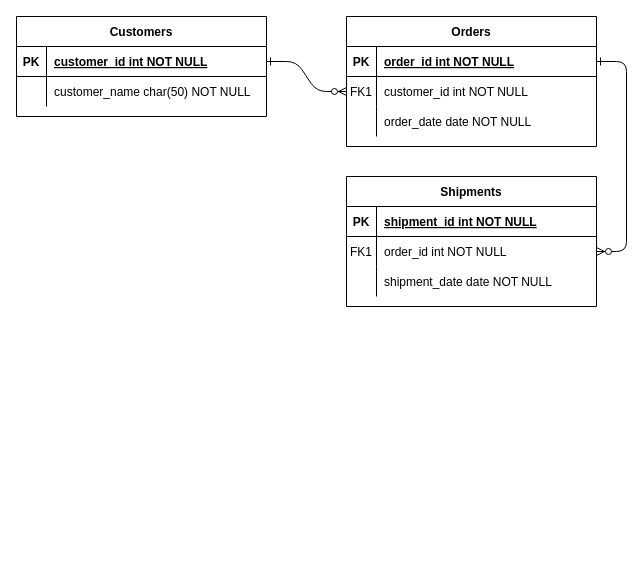
Above: Untitled Diagram.drawio in Kanezoh/TIL (draw.io), before the change. Source tidied: cells renumbered, new cells numbered last; positions are measured from the earlier drawing's top-left corner, leaving out a move shared by most shapes. Both pictures are drawn from the tidied source at 100%, with x=0, y=0 at pixel (16, 16).
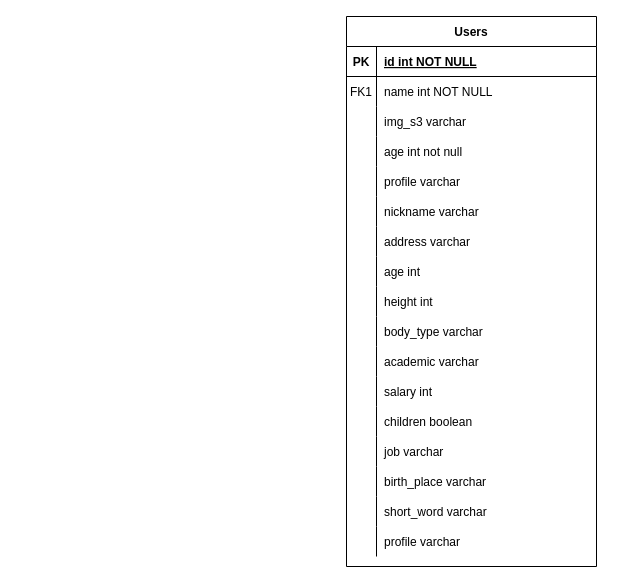
The same page after the edit.

Commit message:
Untitled Diagram.drawio を更新します

Unchanged cells that the change refers to:
```xml
<mxCell id="5" style="shape=partialRectangle;fillColor=none;points=[[0,0.5],[1,0.5]];portConstraint=eastwest;top=0;left=0;right=0;bottom=1;" parent="4" vertex="1">
  <mxGeometry y="30" width="250" height="30" as="geometry" />
</mxCell>
<mxCell id="8" style="shape=partialRectangle;fillColor=none;points=[[0,0.5],[1,0.5]];portConstraint=eastwest;top=0;left=0;right=0;bottom=0;" parent="4" vertex="1">
  <mxGeometry y="60" width="250" height="30" as="geometry" />
</mxCell>
<mxCell id="11" style="shape=partialRectangle;fillColor=none;top=0;left=0;right=0;bottom=0;" parent="4" vertex="1">
  <mxGeometry y="90" width="250" height="30" as="geometry" />
</mxCell>
```

Change to the diagram source:
```diff
@@
-    <mxCell id="2" style="edgeStyle=entityRelationEdgeStyle;endArrow=ERzeroToMany;startArrow=ERone;endFill=1;startFill=0;" parent="1" edge="1" source="25" target="8">
-      <mxGeometry relative="1" as="geometry" />
-    </mxCell>
-    <mxCell id="3" style="edgeStyle=entityRelationEdgeStyle;endArrow=ERzeroToMany;startArrow=ERone;endFill=1;startFill=0;" parent="1" edge="1" source="5" target="18">
-      <mxGeometry relative="1" as="geometry" />
-    </mxCell>
-    <mxCell id="4" value="Orders" style="shape=table;startSize=30;childLayout=tableLayout;rowLines=0;fontStyle=1;align=center;" parent="1" vertex="1">
-      <mxGeometry x="330" width="250" height="130" as="geometry" />
+    <mxCell id="4" value="Users" style="shape=table;startSize=30;childLayout=tableLayout;rowLines=0;fontStyle=1;align=center;" parent="1" vertex="1">
+      <mxGeometry x="330" width="250" height="550" as="geometry" />
     </mxCell>
@@
-    <mxCell id="7" value="order_id int NOT NULL " style="shape=partialRectangle;overflow=hidden;fillColor=none;top=0;left=0;bottom=0;right=0;align=left;spacingLeft=6;fontStyle=5;" parent="5" vertex="1">
+    <mxCell id="7" value="id int NOT NULL " style="shape=partialRectangle;overflow=hidden;fillColor=none;top=0;left=0;bottom=0;right=0;align=left;spacingLeft=6;fontStyle=5;" parent="5" vertex="1">
       <mxGeometry x="30" width="220" height="30" as="geometry" />
     </mxCell>
@@
-    <mxCell id="10" value="customer_id int NOT NULL" style="shape=partialRectangle;overflow=hidden;fillColor=none;top=0;left=0;bottom=0;right=0;align=left;spacingLeft=6;" parent="8" vertex="1">
+    <mxCell id="10" value="name int NOT NULL" style="shape=partialRectangle;overflow=hidden;fillColor=none;top=0;left=0;bottom=0;right=0;align=left;spacingLeft=6;" parent="8" vertex="1">
       <mxGeometry x="30" width="220" height="30" as="geometry" />
     </mxCell>
@@
-    <mxCell id="13" value="order_date date NOT NULL" style="shape=partialRectangle;overflow=hidden;fillColor=none;top=0;left=0;bottom=0;right=0;align=left;spacingLeft=6;" parent="11" vertex="1">
+    <mxCell id="13" value="img_s3 varchar" style="shape=partialRectangle;overflow=hidden;fillColor=none;top=0;left=0;bottom=0;right=0;align=left;spacingLeft=6;" parent="11" vertex="1">
       <mxGeometry x="30" width="220" height="30" as="geometry" />
     </mxCell>
-    <mxCell id="14" value="Shipments" style="shape=table;startSize=30;childLayout=tableLayout;rowLines=0;fontStyle=1;align=center;" parent="1" vertex="1">
-      <mxGeometry x="330" y="160" width="250" height="130" as="geometry" />
-    </mxCell>
-    <mxCell id="15" style="shape=partialRectangle;fillColor=none;top=0;left=0;right=0;bottom=1;" parent="14" vertex="1">
-      <mxGeometry y="30" width="250" height="30" as="geometry" />
-    </mxCell>
-    <mxCell id="16" value="PK" style="shape=partialRectangle;overflow=hidden;fillColor=none;top=0;left=0;bottom=0;right=0;fontStyle=1;" parent="15" vertex="1">
-      <mxGeometry width="30" height="30" as="geometry" />
-    </mxCell>
-    <mxCell id="17" value="shipment_id int NOT NULL " style="shape=partialRectangle;overflow=hidden;fillColor=none;top=0;left=0;bottom=0;right=0;align=left;spacingLeft=6;fontStyle=5;" parent="15" vertex="1">
-      <mxGeometry x="30" width="220" height="30" as="geometry" />
-    </mxCell>
-    <mxCell id="18" style="shape=partialRectangle;fillColor=none;points=[[0,0.5],[1,0.5]];portConstraint=eastwest;top=0;left=0;right=0;bottom=0;" parent="14" vertex="1">
-      <mxGeometry y="60" width="250" height="30" as="geometry" />
-    </mxCell>
-    <mxCell id="19" value="FK1" style="shape=partialRectangle;overflow=hidden;fillColor=none;top=0;left=0;bottom=0;right=0;" parent="18" vertex="1">
-      <mxGeometry width="30" height="30" as="geometry" />
-    </mxCell>
-    <mxCell id="20" value="order_id int NOT NULL" style="shape=partialRectangle;overflow=hidden;fillColor=none;top=0;left=0;bottom=0;right=0;align=left;spacingLeft=6;" parent="18" vertex="1">
-      <mxGeometry x="30" width="220" height="30" as="geometry" />
-    </mxCell>
+    <mxCell id="31" style="shape=partialRectangle;fillColor=none;top=0;left=0;right=0;bottom=0;" parent="4" vertex="1">
+      <mxGeometry y="120" width="250" height="30" as="geometry" />
+    </mxCell>
+    <mxCell id="32" style="shape=partialRectangle;overflow=hidden;fillColor=none;top=0;left=0;bottom=0;right=0;" parent="31" vertex="1">
+      <mxGeometry width="30" height="30" as="geometry" />
+    </mxCell>
+    <mxCell id="33" value="age int not null" style="shape=partialRectangle;overflow=hidden;fillColor=none;top=0;left=0;bottom=0;right=0;align=left;spacingLeft=6;" parent="31" vertex="1">
+      <mxGeometry x="30" width="220" height="30" as="geometry" />
+    </mxCell>
+    <mxCell id="34" style="shape=partialRectangle;fillColor=none;top=0;left=0;right=0;bottom=0;" parent="4" vertex="1">
+      <mxGeometry y="150" width="250" height="30" as="geometry" />
+    </mxCell>
+    <mxCell id="35" style="shape=partialRectangle;overflow=hidden;fillColor=none;top=0;left=0;bottom=0;right=0;" parent="34" vertex="1">
+      <mxGeometry width="30" height="30" as="geometry" />
+    </mxCell>
+    <mxCell id="36" value="profile varchar" style="shape=partialRectangle;overflow=hidden;fillColor=none;top=0;left=0;bottom=0;right=0;align=left;spacingLeft=6;" parent="34" vertex="1">
+      <mxGeometry x="30" width="220" height="30" as="geometry" />
+    </mxCell>
-    <mxCell id="21" style="shape=partialRectangle;fillColor=none;top=0;left=0;right=0;bottom=0;" parent="14" vertex="1">
-      <mxGeometry y="90" width="250" height="30" as="geometry" />
+    <mxCell id="21" style="shape=partialRectangle;fillColor=none;top=0;left=0;right=0;bottom=0;" parent="4" vertex="1">
+      <mxGeometry y="180" width="250" height="30" as="geometry" />
     </mxCell>
@@
-    <mxCell id="23" value="shipment_date date NOT NULL" style="shape=partialRectangle;overflow=hidden;fillColor=none;top=0;left=0;bottom=0;right=0;align=left;spacingLeft=6;" parent="21" vertex="1">
+    <mxCell id="23" value="nickname varchar " style="shape=partialRectangle;overflow=hidden;fillColor=none;top=0;left=0;bottom=0;right=0;align=left;spacingLeft=6;" parent="21" vertex="1">
       <mxGeometry x="30" width="220" height="30" as="geometry" />
     </mxCell>
-    <mxCell id="24" value="Customers" style="shape=table;startSize=30;childLayout=tableLayout;rowLines=0;fontStyle=1;align=center;" parent="1" vertex="1">
-      <mxGeometry width="250" height="100" as="geometry" />
-    </mxCell>
-    <mxCell id="25" style="shape=partialRectangle;fillColor=none;points=[[0,0.5],[1,0.5]];portConstraint=eastwest;top=0;left=0;right=0;bottom=1;" parent="24" vertex="1">
-      <mxGeometry y="30" width="250" height="30" as="geometry" />
-    </mxCell>
-    <mxCell id="26" value="PK" style="shape=partialRectangle;overflow=hidden;fillColor=none;top=0;left=0;bottom=0;right=0;fontStyle=1;" parent="25" vertex="1">
-      <mxGeometry width="30" height="30" as="geometry" />
-    </mxCell>
-    <mxCell id="27" value="customer_id int NOT NULL " style="shape=partialRectangle;overflow=hidden;fillColor=none;top=0;left=0;bottom=0;right=0;align=left;spacingLeft=6;fontStyle=5;" parent="25" vertex="1">
-      <mxGeometry x="30" width="220" height="30" as="geometry" />
-    </mxCell>
-    <mxCell id="28" style="shape=partialRectangle;fillColor=none;top=0;left=0;right=0;bottom=0;" parent="24" vertex="1">
-      <mxGeometry y="60" width="250" height="30" as="geometry" />
-    </mxCell>
-    <mxCell id="29" style="shape=partialRectangle;overflow=hidden;fillColor=none;top=0;left=0;bottom=0;right=0;" parent="28" vertex="1">
-      <mxGeometry width="30" height="30" as="geometry" />
-    </mxCell>
-    <mxCell id="30" value="customer_name char(50) NOT NULL" style="shape=partialRectangle;overflow=hidden;fillColor=none;top=0;left=0;bottom=0;right=0;align=left;spacingLeft=6;" parent="28" vertex="1">
-      <mxGeometry x="30" width="220" height="30" as="geometry" />
-    </mxCell>
+    <mxCell id="37" style="shape=partialRectangle;fillColor=none;top=0;left=0;right=0;bottom=0;" parent="4" vertex="1">
+      <mxGeometry y="210" width="250" height="30" as="geometry" />
+    </mxCell>
+    <mxCell id="38" style="shape=partialRectangle;overflow=hidden;fillColor=none;top=0;left=0;bottom=0;right=0;" parent="37" vertex="1">
+      <mxGeometry width="30" height="30" as="geometry" />
+    </mxCell>
+    <mxCell id="39" value="address varchar" style="shape=partialRectangle;overflow=hidden;fillColor=none;top=0;left=0;bottom=0;right=0;align=left;spacingLeft=6;" parent="37" vertex="1">
+      <mxGeometry x="30" width="220" height="30" as="geometry" />
+    </mxCell>
+    <mxCell id="40" style="shape=partialRectangle;fillColor=none;top=0;left=0;right=0;bottom=0;" parent="4" vertex="1">
+      <mxGeometry y="240" width="250" height="30" as="geometry" />
+    </mxCell>
+    <mxCell id="41" style="shape=partialRectangle;overflow=hidden;fillColor=none;top=0;left=0;bottom=0;right=0;" parent="40" vertex="1">
+      <mxGeometry width="30" height="30" as="geometry" />
+    </mxCell>
+    <mxCell id="42" value="age int" style="shape=partialRectangle;overflow=hidden;fillColor=none;top=0;left=0;bottom=0;right=0;align=left;spacingLeft=6;" parent="40" vertex="1">
+      <mxGeometry x="30" width="220" height="30" as="geometry" />
+    </mxCell>
+    <mxCell id="43" style="shape=partialRectangle;fillColor=none;top=0;left=0;right=0;bottom=0;" parent="4" vertex="1">
+      <mxGeometry y="270" width="250" height="30" as="geometry" />
+    </mxCell>
+    <mxCell id="44" style="shape=partialRectangle;overflow=hidden;fillColor=none;top=0;left=0;bottom=0;right=0;" parent="43" vertex="1">
+      <mxGeometry width="30" height="30" as="geometry" />
+    </mxCell>
+    <mxCell id="45" value="height int" style="shape=partialRectangle;overflow=hidden;fillColor=none;top=0;left=0;bottom=0;right=0;align=left;spacingLeft=6;" parent="43" vertex="1">
+      <mxGeometry x="30" width="220" height="30" as="geometry" />
+    </mxCell>
+    <mxCell id="46" style="shape=partialRectangle;fillColor=none;top=0;left=0;right=0;bottom=0;" parent="4" vertex="1">
+      <mxGeometry y="300" width="250" height="30" as="geometry" />
+    </mxCell>
+    <mxCell id="47" style="shape=partialRectangle;overflow=hidden;fillColor=none;top=0;left=0;bottom=0;right=0;" parent="46" vertex="1">
+      <mxGeometry width="30" height="30" as="geometry" />
+    </mxCell>
+    <mxCell id="48" value="body_type varchar" style="shape=partialRectangle;overflow=hidden;fillColor=none;top=0;left=0;bottom=0;right=0;align=left;spacingLeft=6;" parent="46" vertex="1">
+      <mxGeometry x="30" width="220" height="30" as="geometry" />
+    </mxCell>
+    <mxCell id="49" style="shape=partialRectangle;fillColor=none;top=0;left=0;right=0;bottom=0;" parent="4" vertex="1">
+      <mxGeometry y="330" width="250" height="30" as="geometry" />
+    </mxCell>
+    <mxCell id="50" style="shape=partialRectangle;overflow=hidden;fillColor=none;top=0;left=0;bottom=0;right=0;" parent="49" vertex="1">
+      <mxGeometry width="30" height="30" as="geometry" />
+    </mxCell>
+    <mxCell id="51" value="academic varchar" style="shape=partialRectangle;overflow=hidden;fillColor=none;top=0;left=0;bottom=0;right=0;align=left;spacingLeft=6;" parent="49" vertex="1">
+      <mxGeometry x="30" width="220" height="30" as="geometry" />
+    </mxCell>
+    <mxCell id="52" style="shape=partialRectangle;fillColor=none;top=0;left=0;right=0;bottom=0;" parent="4" vertex="1">
+      <mxGeometry y="360" width="250" height="30" as="geometry" />
+    </mxCell>
+    <mxCell id="53" style="shape=partialRectangle;overflow=hidden;fillColor=none;top=0;left=0;bottom=0;right=0;" parent="52" vertex="1">
+      <mxGeometry width="30" height="30" as="geometry" />
+    </mxCell>
+    <mxCell id="54" value="salary int" style="shape=partialRectangle;overflow=hidden;fillColor=none;top=0;left=0;bottom=0;right=0;align=left;spacingLeft=6;" parent="52" vertex="1">
+      <mxGeometry x="30" width="220" height="30" as="geometry" />
+    </mxCell>
+    <mxCell id="55" style="shape=partialRectangle;fillColor=none;top=0;left=0;right=0;bottom=0;" parent="4" vertex="1">
+      <mxGeometry y="390" width="250" height="30" as="geometry" />
+    </mxCell>
+    <mxCell id="56" style="shape=partialRectangle;overflow=hidden;fillColor=none;top=0;left=0;bottom=0;right=0;" parent="55" vertex="1">
+      <mxGeometry width="30" height="30" as="geometry" />
+    </mxCell>
+    <mxCell id="57" value="children boolean" style="shape=partialRectangle;overflow=hidden;fillColor=none;top=0;left=0;bottom=0;right=0;align=left;spacingLeft=6;" parent="55" vertex="1">
+      <mxGeometry x="30" width="220" height="30" as="geometry" />
+    </mxCell>
+    <mxCell id="58" style="shape=partialRectangle;fillColor=none;top=0;left=0;right=0;bottom=0;" parent="4" vertex="1">
+      <mxGeometry y="420" width="250" height="30" as="geometry" />
+    </mxCell>
+    <mxCell id="59" style="shape=partialRectangle;overflow=hidden;fillColor=none;top=0;left=0;bottom=0;right=0;" parent="58" vertex="1">
+      <mxGeometry width="30" height="30" as="geometry" />
+    </mxCell>
+    <mxCell id="60" value="job varchar" style="shape=partialRectangle;overflow=hidden;fillColor=none;top=0;left=0;bottom=0;right=0;align=left;spacingLeft=6;" parent="58" vertex="1">
+      <mxGeometry x="30" width="220" height="30" as="geometry" />
+    </mxCell>
+    <mxCell id="61" style="shape=partialRectangle;fillColor=none;top=0;left=0;right=0;bottom=0;" parent="4" vertex="1">
+      <mxGeometry y="450" width="250" height="30" as="geometry" />
+    </mxCell>
+    <mxCell id="62" style="shape=partialRectangle;overflow=hidden;fillColor=none;top=0;left=0;bottom=0;right=0;" parent="61" vertex="1">
+      <mxGeometry width="30" height="30" as="geometry" />
+    </mxCell>
+    <mxCell id="63" value="birth_place varchar" style="shape=partialRectangle;overflow=hidden;fillColor=none;top=0;left=0;bottom=0;right=0;align=left;spacingLeft=6;" parent="61" vertex="1">
+      <mxGeometry x="30" width="220" height="30" as="geometry" />
+    </mxCell>
+    <mxCell id="64" style="shape=partialRectangle;fillColor=none;top=0;left=0;right=0;bottom=0;" parent="4" vertex="1">
+      <mxGeometry y="480" width="250" height="30" as="geometry" />
+    </mxCell>
+    <mxCell id="65" style="shape=partialRectangle;overflow=hidden;fillColor=none;top=0;left=0;bottom=0;right=0;" parent="64" vertex="1">
+      <mxGeometry width="30" height="30" as="geometry" />
+    </mxCell>
+    <mxCell id="66" value="short_word varchar" style="shape=partialRectangle;overflow=hidden;fillColor=none;top=0;left=0;bottom=0;right=0;align=left;spacingLeft=6;" parent="64" vertex="1">
+      <mxGeometry x="30" width="220" height="30" as="geometry" />
+    </mxCell>
+    <mxCell id="67" style="shape=partialRectangle;fillColor=none;top=0;left=0;right=0;bottom=0;" parent="4" vertex="1">
+      <mxGeometry y="510" width="250" height="30" as="geometry" />
+    </mxCell>
+    <mxCell id="68" style="shape=partialRectangle;overflow=hidden;fillColor=none;top=0;left=0;bottom=0;right=0;" parent="67" vertex="1">
+      <mxGeometry width="30" height="30" as="geometry" />
+    </mxCell>
+    <mxCell id="69" value="profile varchar" style="shape=partialRectangle;overflow=hidden;fillColor=none;top=0;left=0;bottom=0;right=0;align=left;spacingLeft=6;" parent="67" vertex="1">
+      <mxGeometry x="30" width="220" height="30" as="geometry" />
+    </mxCell>
```
